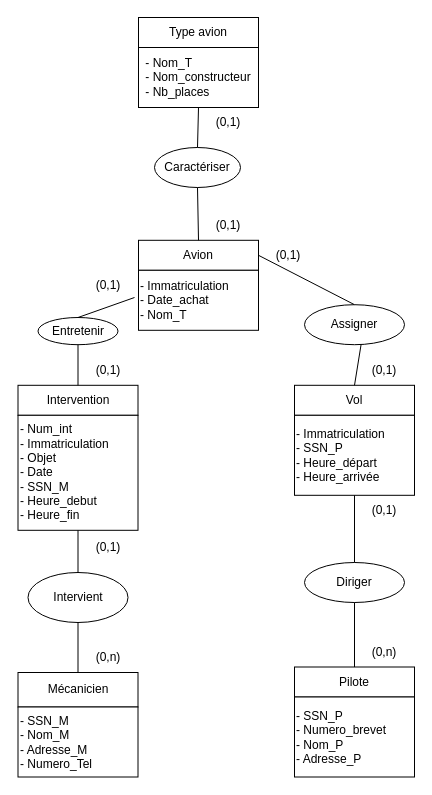
This is src/Untitled Diagram.drawio from guedesite/github-profile-3d-contrib, a draw.io file, before an edit. Source tidied: cells renumbered, new cells numbered last; positions are measured from the earlier drawing's top-left corner, leaving out a move shared by most shapes. Both pictures are drawn from the tidied source at 100%, with x=0, y=0 at pixel (18, 17).
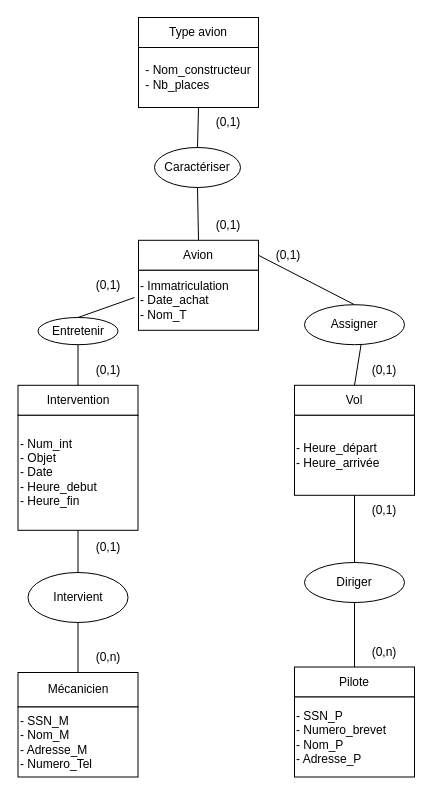
After the change.

Diff of the diagram source:
```diff
@@
-    <mxCell id="5" value="&lt;div&gt;- Num_int&lt;/div&gt;&lt;div&gt;- Immatriculation&lt;/div&gt;&lt;div&gt;- Objet&lt;/div&gt;&lt;div&gt;- Date&lt;/div&gt;&lt;div&gt;- SSN_M&lt;/div&gt;&lt;div&gt;- Heure_debut&lt;/div&gt;&lt;div&gt;- Heure_fin&lt;br&gt;&lt;/div&gt;" style="rounded=0;whiteSpace=wrap;html=1;align=left;" parent="1" vertex="1">
+    <mxCell id="5" value="&lt;div&gt;- Num_int&lt;/div&gt;&lt;div&gt;- Objet&lt;/div&gt;&lt;div&gt;- Date&lt;/div&gt;&lt;div&gt;- Heure_debut&lt;/div&gt;&lt;div&gt;- Heure_fin&lt;br&gt;&lt;/div&gt;" style="rounded=0;whiteSpace=wrap;html=1;align=left;" parent="1" vertex="1">
       <mxGeometry x="-0.5" y="397.8" width="120" height="115" as="geometry" />
     </mxCell>
@@
-    <mxCell id="7" value="&lt;div align=&quot;left&quot;&gt;- Nom_T&lt;/div&gt;&lt;div align=&quot;left&quot;&gt;- Nom_constructeur&lt;/div&gt;&lt;div align=&quot;left&quot;&gt;- Nb_places&lt;br&gt;&lt;/div&gt;" style="rounded=0;whiteSpace=wrap;html=1;" parent="1" vertex="1">
+    <mxCell id="7" value="&lt;div align=&quot;left&quot;&gt;- Nom_constructeur&lt;/div&gt;&lt;div align=&quot;left&quot;&gt;- Nb_places&lt;br&gt;&lt;/div&gt;" style="rounded=0;whiteSpace=wrap;html=1;" parent="1" vertex="1">
       <mxGeometry x="120" y="30" width="120" height="60" as="geometry" />
     </mxCell>
@@
-    <mxCell id="13" value="&lt;div align=&quot;left&quot;&gt;- Immatriculation&lt;/div&gt;&lt;div align=&quot;left&quot;&gt;- SSN_P&lt;/div&gt;&lt;div align=&quot;left&quot;&gt;- Heure_départ&lt;/div&gt;&lt;div align=&quot;left&quot;&gt;- Heure_arrivée&lt;br&gt;&lt;/div&gt;" style="rounded=0;whiteSpace=wrap;html=1;align=left;" parent="1" vertex="1">
+    <mxCell id="13" value="&lt;div align=&quot;left&quot;&gt;- Heure_départ&lt;/div&gt;&lt;div align=&quot;left&quot;&gt;- Heure_arrivée&lt;br&gt;&lt;/div&gt;" style="rounded=0;whiteSpace=wrap;html=1;align=left;" parent="1" vertex="1">
       <mxGeometry x="276" y="397.8" width="120" height="80" as="geometry" />
     </mxCell>
```
